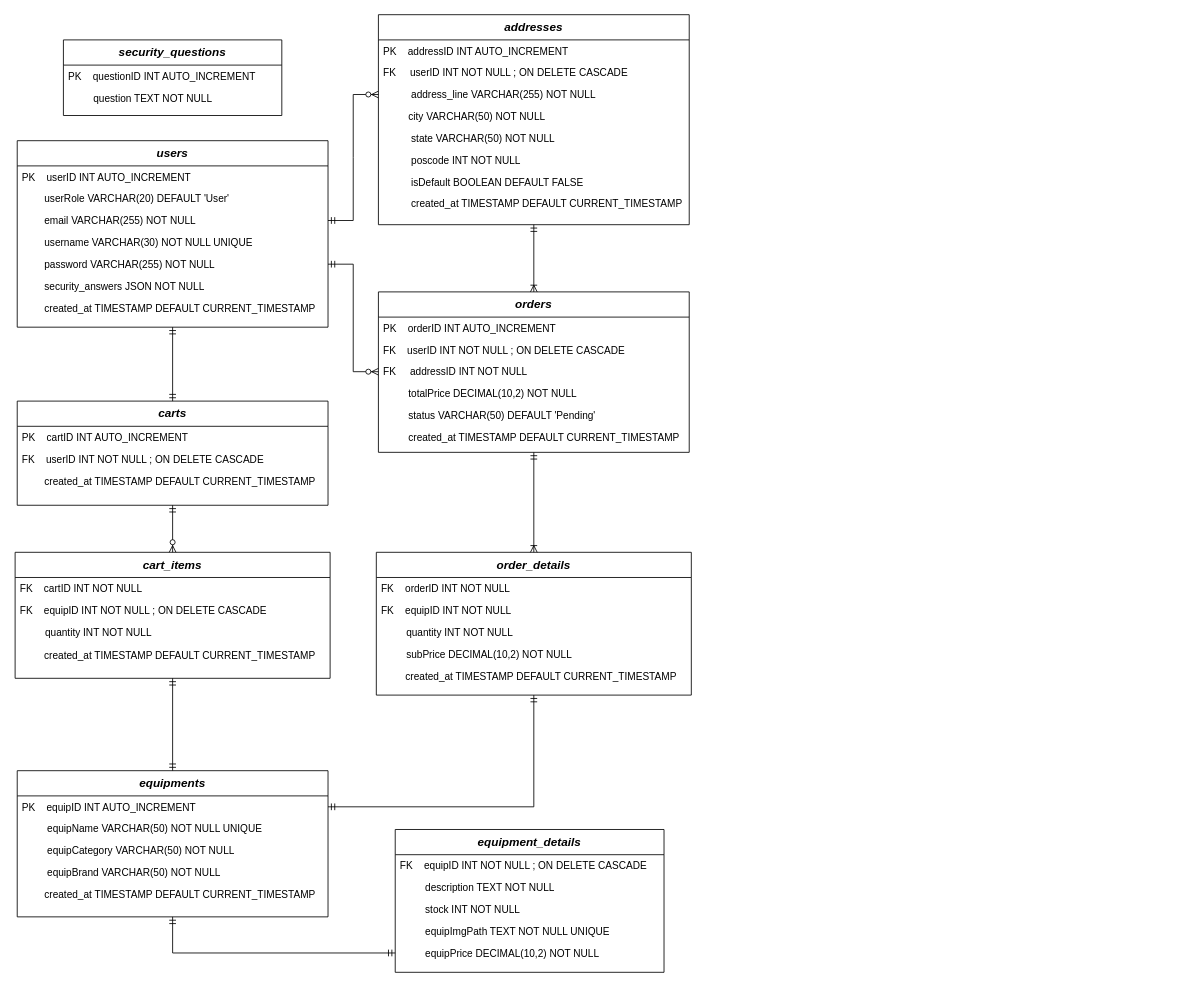
Aven2002/Sport-Indirect---AWAD keeps this draw.io diagram as Database Schema.drawio. Above is the earlier version. Source tidied: cells renumbered, new cells numbered last; positions are measured from the earlier drawing's top-left corner, leaving out a move shared by most shapes. Both pictures are drawn from the tidied source at 84%, with x=0, y=0 at pixel (15, 14).
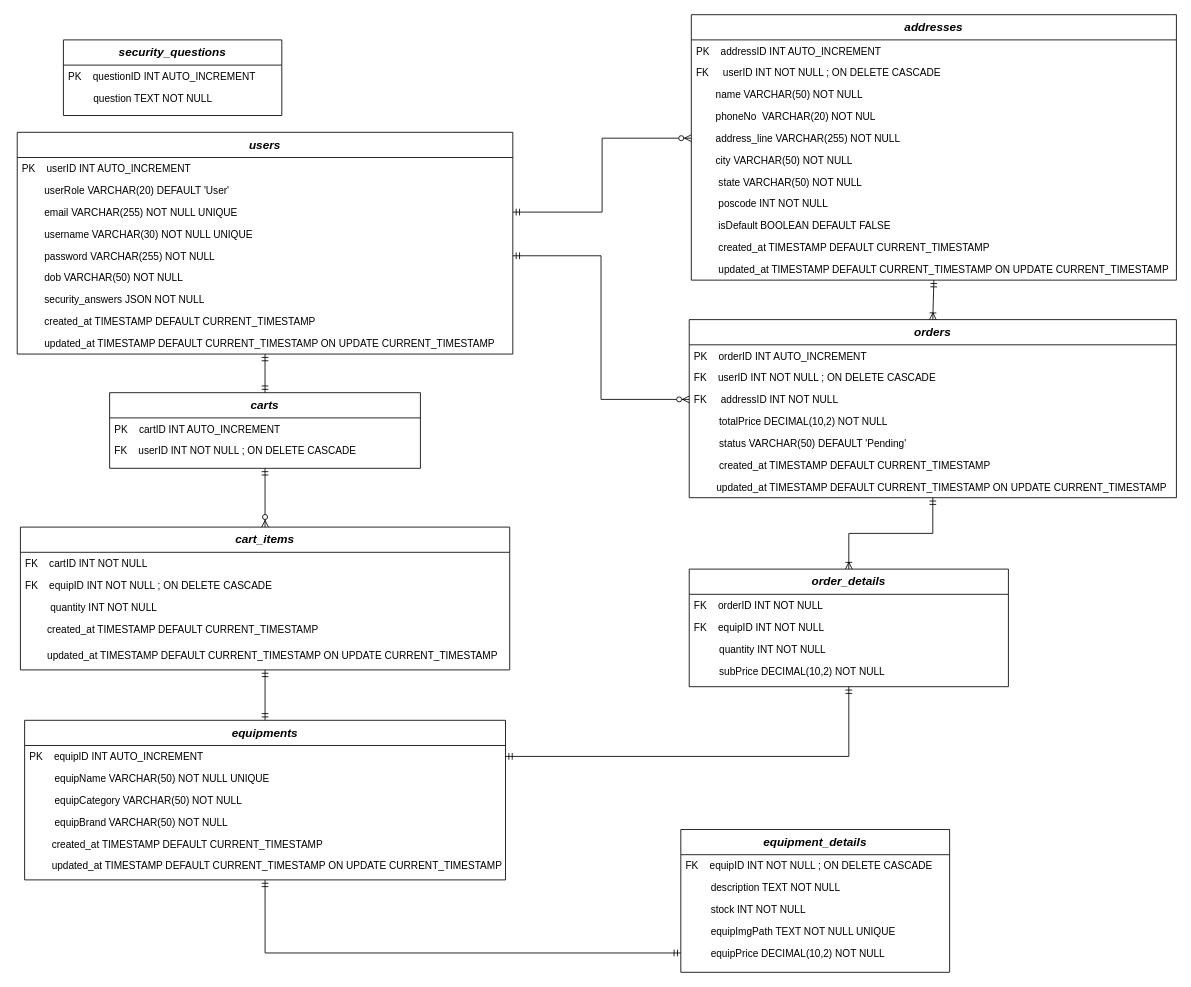
The same page after the edit.

Commit message (it also covers changes not shown here):
Update database design  schema

What changed in the source:
```diff
@@
     <mxCell id="2" value="users" style="swimlane;fontStyle=3;align=center;verticalAlign=top;horizontal=1;startSize=30;rounded=0;shadow=0;strokeWidth=1;fontSize=14;" parent="1" vertex="1">
-      <mxGeometry x="2" y="150" width="370" height="222" as="geometry" />
+      <mxGeometry x="2" y="140" width="590" height="264" as="geometry" />
     </mxCell>
     <mxCell id="3" value="PK    userID INT AUTO_INCREMENT                                    " style="text;align=left;verticalAlign=top;spacingLeft=4;spacingRight=4;overflow=hidden;fontStyle=0;" parent="2" vertex="1">
-      <mxGeometry y="30" width="370" height="26" as="geometry" />
+      <mxGeometry y="30" width="590" height="26" as="geometry" />
     </mxCell>
     <mxCell id="4" value="        userRole VARCHAR(20) DEFAULT 'User'" style="text;align=left;verticalAlign=top;spacingLeft=4;spacingRight=4;overflow=hidden;rounded=0;shadow=0;html=0;" parent="2" vertex="1">
-      <mxGeometry y="56" width="370" height="26" as="geometry" />
+      <mxGeometry y="56" width="590" height="26" as="geometry" />
     </mxCell>
-    <mxCell id="5" value="        email VARCHAR(255) NOT NULL" style="text;align=left;verticalAlign=top;spacingLeft=4;spacingRight=4;overflow=hidden;points=[[0,0.5],[1,0.5]];portConstraint=eastwest;rounded=0;shadow=0;html=0;" parent="2" vertex="1">
-      <mxGeometry y="82" width="370" height="26" as="geometry" />
+    <mxCell id="5" value="        email VARCHAR(255) NOT NULL UNIQUE" style="text;align=left;verticalAlign=top;spacingLeft=4;spacingRight=4;overflow=hidden;points=[[0,0.5],[1,0.5]];portConstraint=eastwest;rounded=0;shadow=0;html=0;" parent="2" vertex="1">
+      <mxGeometry y="82" width="590" height="26" as="geometry" />
     </mxCell>
     <mxCell id="6" value="        username VARCHAR(30) NOT NULL UNIQUE" style="text;align=left;verticalAlign=top;spacingLeft=4;spacingRight=4;overflow=hidden;rounded=0;shadow=0;html=0;" parent="2" vertex="1">
-      <mxGeometry y="108" width="370" height="26" as="geometry" />
+      <mxGeometry y="108" width="590" height="26" as="geometry" />
     </mxCell>
     <mxCell id="7" value="        password VARCHAR(255) NOT NULL" style="text;align=left;verticalAlign=top;spacingLeft=4;spacingRight=4;overflow=hidden;points=[[0,0.5],[1,0.5]];portConstraint=eastwest;rounded=0;shadow=0;html=0;" parent="2" vertex="1">
-      <mxGeometry y="134" width="370" height="26" as="geometry" />
+      <mxGeometry y="134" width="590" height="26" as="geometry" />
     </mxCell>
+    <mxCell id="65" value="        dob VARCHAR(50) NOT NULL" style="text;align=left;verticalAlign=top;spacingLeft=4;spacingRight=4;overflow=hidden;rounded=0;shadow=0;html=0;" parent="2" vertex="1">
+      <mxGeometry y="160" width="590" height="26" as="geometry" />
+    </mxCell>
     <mxCell id="8" value="        security_answers JSON NOT NULL" style="text;align=left;verticalAlign=top;spacingLeft=4;spacingRight=4;overflow=hidden;rounded=0;shadow=0;html=0;" parent="2" vertex="1">
-      <mxGeometry y="160" width="370" height="26" as="geometry" />
+      <mxGeometry y="186" width="590" height="26" as="geometry" />
     </mxCell>
     <mxCell id="9" value="        created_at TIMESTAMP DEFAULT CURRENT_TIMESTAMP" style="text;align=left;verticalAlign=top;spacingLeft=4;spacingRight=4;overflow=hidden;rounded=0;shadow=0;html=0;" parent="2" vertex="1">
-      <mxGeometry y="186" width="370" height="26" as="geometry" />
+      <mxGeometry y="212" width="590" height="26" as="geometry" />
     </mxCell>
+    <mxCell id="66" value="        updated_at TIMESTAMP DEFAULT CURRENT_TIMESTAMP ON UPDATE CURRENT_TIMESTAMP" style="text;align=left;verticalAlign=top;spacingLeft=4;spacingRight=4;overflow=hidden;rounded=0;shadow=0;html=0;" parent="2" vertex="1">
+      <mxGeometry y="238" width="590" height="26" as="geometry" />
+    </mxCell>
@@
     <mxCell id="13" value="addresses" style="swimlane;fontStyle=3;align=center;verticalAlign=top;horizontal=1;startSize=30;rounded=0;shadow=0;strokeWidth=1;fontSize=14;" parent="1" vertex="1">
-      <mxGeometry x="432" width="370" height="250" as="geometry" />
+      <mxGeometry x="804.5" width="577.5" height="316" as="geometry" />
     </mxCell>
     <mxCell id="14" value="PK    addressID INT AUTO_INCREMENT                                    " style="text;align=left;verticalAlign=top;spacingLeft=4;spacingRight=4;overflow=hidden;fontStyle=0;" parent="13" vertex="1">
-      <mxGeometry y="30" width="370" height="26" as="geometry" />
+      <mxGeometry y="30" width="577.5" height="26" as="geometry" />
     </mxCell>
     <mxCell id="15" value="FK     userID INT NOT NULL ; ON DELETE CASCADE" style="text;align=left;verticalAlign=top;spacingLeft=4;spacingRight=4;overflow=hidden;rounded=0;shadow=0;html=0;" parent="13" vertex="1">
-      <mxGeometry y="56" width="370" height="26" as="geometry" />
+      <mxGeometry y="56" width="577.5" height="26" as="geometry" />
     </mxCell>
+    <mxCell id="67" value="       name VARCHAR(50) NOT NULL" style="text;align=left;verticalAlign=top;spacingLeft=4;spacingRight=4;overflow=hidden;rounded=0;shadow=0;html=0;" parent="13" vertex="1">
+      <mxGeometry y="82" width="577.5" height="26" as="geometry" />
+    </mxCell>
+    <mxCell id="68" value="       phoneNo  VARCHAR(20) NOT NUL" style="text;align=left;verticalAlign=top;spacingLeft=4;spacingRight=4;overflow=hidden;rounded=0;shadow=0;html=0;" parent="13" vertex="1">
+      <mxGeometry y="108" width="577.5" height="26" as="geometry" />
+    </mxCell>
-    <mxCell id="16" value="          address_line VARCHAR(255) NOT NULL" style="text;align=left;verticalAlign=top;spacingLeft=4;spacingRight=4;overflow=hidden;points=[[0,0.5],[1,0.5]];portConstraint=eastwest;rounded=0;shadow=0;html=0;" parent="13" vertex="1">
-      <mxGeometry y="82" width="370" height="26" as="geometry" />
+    <mxCell id="16" value="       address_line VARCHAR(255) NOT NULL" style="text;align=left;verticalAlign=top;spacingLeft=4;spacingRight=4;overflow=hidden;points=[[0,0.5],[1,0.5]];portConstraint=eastwest;rounded=0;shadow=0;html=0;" parent="13" vertex="1">
+      <mxGeometry y="134" width="577.5" height="26" as="geometry" />
     </mxCell>
-    <mxCell id="17" value="         city VARCHAR(50) NOT NULL" style="text;align=left;verticalAlign=top;spacingLeft=4;spacingRight=4;overflow=hidden;rounded=0;shadow=0;html=0;" parent="13" vertex="1">
-      <mxGeometry y="108" width="370" height="26" as="geometry" />
+    <mxCell id="17" value="       city VARCHAR(50) NOT NULL" style="text;align=left;verticalAlign=top;spacingLeft=4;spacingRight=4;overflow=hidden;rounded=0;shadow=0;html=0;" parent="13" vertex="1">
+      <mxGeometry y="160" width="577.5" height="26" as="geometry" />
     </mxCell>
-    <mxCell id="18" value="          state VARCHAR(50) NOT NULL" style="text;align=left;verticalAlign=top;spacingLeft=4;spacingRight=4;overflow=hidden;rounded=0;shadow=0;html=0;" parent="13" vertex="1">
-      <mxGeometry y="134" width="370" height="26" as="geometry" />
+    <mxCell id="18" value="        state VARCHAR(50) NOT NULL" style="text;align=left;verticalAlign=top;spacingLeft=4;spacingRight=4;overflow=hidden;rounded=0;shadow=0;html=0;" parent="13" vertex="1">
+      <mxGeometry y="186" width="577.5" height="26" as="geometry" />
     </mxCell>
-    <mxCell id="19" value="          poscode INT NOT NULL" style="text;align=left;verticalAlign=top;spacingLeft=4;spacingRight=4;overflow=hidden;rounded=0;shadow=0;html=0;" parent="13" vertex="1">
-      <mxGeometry y="160" width="370" height="26" as="geometry" />
+    <mxCell id="19" value="        poscode INT NOT NULL" style="text;align=left;verticalAlign=top;spacingLeft=4;spacingRight=4;overflow=hidden;rounded=0;shadow=0;html=0;" parent="13" vertex="1">
+      <mxGeometry y="212" width="577.5" height="26" as="geometry" />
     </mxCell>
-    <mxCell id="20" value="          isDefault BOOLEAN DEFAULT FALSE" style="text;align=left;verticalAlign=top;spacingLeft=4;spacingRight=4;overflow=hidden;rounded=0;shadow=0;html=0;" parent="13" vertex="1">
-      <mxGeometry y="186" width="370" height="26" as="geometry" />
+    <mxCell id="20" value="        isDefault BOOLEAN DEFAULT FALSE" style="text;align=left;verticalAlign=top;spacingLeft=4;spacingRight=4;overflow=hidden;rounded=0;shadow=0;html=0;" parent="13" vertex="1">
+      <mxGeometry y="238" width="577.5" height="26" as="geometry" />
     </mxCell>
-    <mxCell id="21" value="          created_at TIMESTAMP DEFAULT CURRENT_TIMESTAMP" style="text;align=left;verticalAlign=top;spacingLeft=4;spacingRight=4;overflow=hidden;rounded=0;shadow=0;html=0;" parent="13" vertex="1">
-      <mxGeometry y="212" width="370" height="26" as="geometry" />
+    <mxCell id="21" value="        created_at TIMESTAMP DEFAULT CURRENT_TIMESTAMP" style="text;align=left;verticalAlign=top;spacingLeft=4;spacingRight=4;overflow=hidden;rounded=0;shadow=0;html=0;" parent="13" vertex="1">
+      <mxGeometry y="264" width="577.5" height="26" as="geometry" />
     </mxCell>
+    <mxCell id="69" value="        updated_at TIMESTAMP DEFAULT CURRENT_TIMESTAMP ON UPDATE CURRENT_TIMESTAMP" style="text;align=left;verticalAlign=top;spacingLeft=4;spacingRight=4;overflow=hidden;rounded=0;shadow=0;html=0;" parent="13" vertex="1">
+      <mxGeometry y="290" width="577.5" height="26" as="geometry" />
+    </mxCell>
     <mxCell id="22" value="equipments" style="swimlane;fontStyle=3;align=center;verticalAlign=top;horizontal=1;startSize=30;rounded=0;shadow=0;strokeWidth=1;fontSize=14;" parent="1" vertex="1">
-      <mxGeometry x="2" y="900" width="370" height="174" as="geometry" />
+      <mxGeometry x="10.8" y="840" width="572.5" height="190" as="geometry" />
     </mxCell>
     <mxCell id="23" value="PK    equipID INT AUTO_INCREMENT                                    " style="text;align=left;verticalAlign=top;spacingLeft=4;spacingRight=4;overflow=hidden;points=[[0,0.5],[1,0.5]];portConstraint=eastwest;fontStyle=0;" parent="22" vertex="1">
-      <mxGeometry y="30" width="370" height="26" as="geometry" />
+      <mxGeometry y="30" width="572.5" height="26" as="geometry" />
     </mxCell>
     <mxCell id="24" value="         equipName VARCHAR(50) NOT NULL UNIQUE" style="text;align=left;verticalAlign=top;spacingLeft=4;spacingRight=4;overflow=hidden;rounded=0;shadow=0;html=0;" parent="22" vertex="1">
-      <mxGeometry y="56" width="370" height="26" as="geometry" />
+      <mxGeometry y="56" width="572.5" height="26" as="geometry" />
     </mxCell>
     <mxCell id="25" value="         equipCategory VARCHAR(50) NOT NULL" style="text;align=left;verticalAlign=top;spacingLeft=4;spacingRight=4;overflow=hidden;rounded=0;shadow=0;html=0;" parent="22" vertex="1">
-      <mxGeometry y="82" width="370" height="26" as="geometry" />
+      <mxGeometry y="82" width="572.5" height="26" as="geometry" />
     </mxCell>
     <mxCell id="26" value="         equipBrand VARCHAR(50) NOT NULL" style="text;align=left;verticalAlign=top;spacingLeft=4;spacingRight=4;overflow=hidden;rounded=0;shadow=0;html=0;" parent="22" vertex="1">
-      <mxGeometry y="108" width="370" height="26" as="geometry" />
+      <mxGeometry y="108" width="572.5" height="26" as="geometry" />
     </mxCell>
     <mxCell id="27" value="        created_at TIMESTAMP DEFAULT CURRENT_TIMESTAMP" style="text;align=left;verticalAlign=top;spacingLeft=4;spacingRight=4;overflow=hidden;rounded=0;shadow=0;html=0;" parent="22" vertex="1">
-      <mxGeometry y="134" width="370" height="26" as="geometry" />
+      <mxGeometry y="134" width="572.5" height="26" as="geometry" />
     </mxCell>
+    <mxCell id="70" value="        updated_at TIMESTAMP DEFAULT CURRENT_TIMESTAMP ON UPDATE CURRENT_TIMESTAMP" style="text;align=left;verticalAlign=top;spacingLeft=4;spacingRight=4;overflow=hidden;rounded=0;shadow=0;html=0;" parent="22" vertex="1">
+      <mxGeometry y="160" width="572.5" height="26" as="geometry" />
+    </mxCell>
     <mxCell id="28" value="equipment_details" style="swimlane;fontStyle=3;align=center;verticalAlign=top;horizontal=1;startSize=30;rounded=0;shadow=0;strokeWidth=1;fontSize=14;" parent="1" vertex="1">
-      <mxGeometry x="452" y="970" width="320" height="170" as="geometry" />
+      <mxGeometry x="792" y="970" width="320" height="170" as="geometry" />
     </mxCell>
@@
     <mxCell id="34" value="carts" style="swimlane;fontStyle=3;align=center;verticalAlign=top;horizontal=1;startSize=30;rounded=0;shadow=0;strokeWidth=1;fontSize=14;" parent="1" vertex="1">
-      <mxGeometry x="2" y="460" width="370" height="124" as="geometry" />
+      <mxGeometry x="112" y="450" width="370" height="90" as="geometry" />
     </mxCell>
@@
-    <mxCell id="37" value="        created_at TIMESTAMP DEFAULT CURRENT_TIMESTAMP" style="text;align=left;verticalAlign=top;spacingLeft=4;spacingRight=4;overflow=hidden;rounded=0;shadow=0;html=0;" parent="34" vertex="1">
-      <mxGeometry y="82" width="370" height="26" as="geometry" />
-    </mxCell>
     <mxCell id="38" value="cart_items" style="swimlane;fontStyle=3;align=center;verticalAlign=top;horizontal=1;startSize=30;rounded=0;shadow=0;strokeWidth=1;fontSize=14;" parent="1" vertex="1">
-      <mxGeometry x="-0.5" y="640" width="375" height="150" as="geometry" />
+      <mxGeometry x="5.8" y="610" width="582.5" height="170" as="geometry" />
     </mxCell>
     <mxCell id="39" value="FK    cartID INT NOT NULL                                    " style="text;align=left;verticalAlign=top;spacingLeft=4;spacingRight=4;overflow=hidden;fontStyle=0;" parent="38" vertex="1">
-      <mxGeometry y="30" width="375" height="26" as="geometry" />
+      <mxGeometry y="30" width="582.5" height="26" as="geometry" />
     </mxCell>
     <mxCell id="40" value="FK    equipID INT NOT NULL ; ON DELETE CASCADE" style="text;align=left;verticalAlign=top;spacingLeft=4;spacingRight=4;overflow=hidden;rounded=0;shadow=0;html=0;" parent="38" vertex="1">
-      <mxGeometry y="56" width="375" height="26" as="geometry" />
+      <mxGeometry y="56" width="582.5" height="26" as="geometry" />
     </mxCell>
     <mxCell id="41" value="         quantity INT NOT NULL" style="text;align=left;verticalAlign=top;spacingLeft=4;spacingRight=4;overflow=hidden;rounded=0;shadow=0;html=0;" parent="38" vertex="1">
-      <mxGeometry y="82" width="375" height="26" as="geometry" />
+      <mxGeometry y="82" width="582.5" height="26" as="geometry" />
     </mxCell>
-    <mxCell id="42" value="&lt;span style=&quot;text-align: left;&quot;&gt;&amp;nbsp; &amp;nbsp; &amp;nbsp;created_at TIMESTAMP DEFAULT CURRENT_TIMESTAMP&lt;/span&gt;" style="text;html=1;align=center;verticalAlign=middle;strokeColor=none;fillColor=none;" parent="38" vertex="1">
-      <mxGeometry y="108" width="375" height="30" as="geometry" />
+    <mxCell id="42" value="&lt;span style=&quot;&quot;&gt;&amp;nbsp; &amp;nbsp; &amp;nbsp; &amp;nbsp; &amp;nbsp;created_at TIMESTAMP DEFAULT CURRENT_TIMESTAMP&lt;/span&gt;" style="text;html=1;align=left;verticalAlign=middle;strokeColor=none;fillColor=none;" parent="38" vertex="1">
+      <mxGeometry y="108" width="582.5" height="30" as="geometry" />
     </mxCell>
+    <mxCell id="71" value="&lt;span style=&quot;white-space: pre;&quot;&gt;&#9;&lt;/span&gt;&amp;nbsp;updated_at &lt;span class=&quot;hljs-type&quot;&gt;TIMESTAMP&lt;/span&gt; &lt;span class=&quot;hljs-keyword&quot;&gt;DEFAULT&lt;/span&gt; &lt;span class=&quot;hljs-built_in&quot;&gt;CURRENT_TIMESTAMP&lt;/span&gt; &lt;span class=&quot;hljs-keyword&quot;&gt;ON&lt;/span&gt; &lt;span class=&quot;hljs-keyword&quot;&gt;UPDATE&lt;/span&gt; &lt;span class=&quot;hljs-built_in&quot;&gt;CURRENT_TIMESTAMP&lt;/span&gt;" style="text;html=1;align=left;verticalAlign=middle;strokeColor=none;fillColor=none;" parent="38" vertex="1">
+      <mxGeometry y="138" width="582.5" height="30" as="geometry" />
+    </mxCell>
     <mxCell id="43" value="orders" style="swimlane;fontStyle=3;align=center;verticalAlign=top;horizontal=1;startSize=30;rounded=0;shadow=0;strokeWidth=1;fontSize=14;" parent="1" vertex="1">
-      <mxGeometry x="432" y="330" width="370" height="191" as="geometry" />
+      <mxGeometry x="802" y="363" width="580" height="212" as="geometry" />
     </mxCell>
     <mxCell id="44" value="PK    orderID INT AUTO_INCREMENT                                    " style="text;align=left;verticalAlign=top;spacingLeft=4;spacingRight=4;overflow=hidden;fontStyle=0;" parent="43" vertex="1">
-      <mxGeometry y="30" width="370" height="26" as="geometry" />
+      <mxGeometry y="30" width="580" height="26" as="geometry" />
     </mxCell>
     <mxCell id="45" value="FK    userID INT NOT NULL ; ON DELETE CASCADE" style="text;align=left;verticalAlign=top;spacingLeft=4;spacingRight=4;overflow=hidden;rounded=0;shadow=0;html=0;" parent="43" vertex="1">
-      <mxGeometry y="56" width="370" height="26" as="geometry" />
+      <mxGeometry y="56" width="580" height="26" as="geometry" />
     </mxCell>
     <mxCell id="46" value="FK     addressID INT NOT NULL" style="text;align=left;verticalAlign=top;spacingLeft=4;spacingRight=4;overflow=hidden;points=[[0,0.5],[1,0.5]];portConstraint=eastwest;rounded=0;shadow=0;html=0;" parent="43" vertex="1">
-      <mxGeometry y="82" width="370" height="26" as="geometry" />
+      <mxGeometry y="82" width="580" height="26" as="geometry" />
     </mxCell>
     <mxCell id="47" value="         totalPrice DECIMAL(10,2) NOT NULL" style="text;align=left;verticalAlign=top;spacingLeft=4;spacingRight=4;overflow=hidden;rounded=0;shadow=0;html=0;" parent="43" vertex="1">
-      <mxGeometry y="108" width="370" height="26" as="geometry" />
+      <mxGeometry y="108" width="580" height="26" as="geometry" />
     </mxCell>
     <mxCell id="48" value="         status VARCHAR(50) DEFAULT 'Pending'" style="text;align=left;verticalAlign=top;spacingLeft=4;spacingRight=4;overflow=hidden;rounded=0;shadow=0;html=0;" parent="43" vertex="1">
-      <mxGeometry y="134" width="370" height="26" as="geometry" />
+      <mxGeometry y="134" width="580" height="26" as="geometry" />
     </mxCell>
     <mxCell id="49" value="         created_at TIMESTAMP DEFAULT CURRENT_TIMESTAMP" style="text;align=left;verticalAlign=top;spacingLeft=4;spacingRight=4;overflow=hidden;rounded=0;shadow=0;html=0;" parent="43" vertex="1">
-      <mxGeometry y="160" width="370" height="26" as="geometry" />
+      <mxGeometry y="160" width="580" height="26" as="geometry" />
     </mxCell>
+    <mxCell id="72" value="        updated_at TIMESTAMP DEFAULT CURRENT_TIMESTAMP ON UPDATE CURRENT_TIMESTAMP" style="text;align=left;verticalAlign=top;spacingLeft=4;spacingRight=4;overflow=hidden;rounded=0;shadow=0;html=0;" parent="43" vertex="1">
+      <mxGeometry y="186" width="580" height="26" as="geometry" />
+    </mxCell>
     <mxCell id="50" value="order_details" style="swimlane;fontStyle=3;align=center;verticalAlign=top;horizontal=1;startSize=30;rounded=0;shadow=0;strokeWidth=1;fontSize=14;" parent="1" vertex="1">
-      <mxGeometry x="429.5" y="640" width="375" height="170" as="geometry" />
+      <mxGeometry x="802" y="660" width="380" height="140" as="geometry" />
     </mxCell>
     <mxCell id="51" value="FK    orderID INT NOT NULL                                    " style="text;align=left;verticalAlign=top;spacingLeft=4;spacingRight=4;overflow=hidden;fontStyle=0;" parent="50" vertex="1">
-      <mxGeometry y="30" width="375" height="26" as="geometry" />
+      <mxGeometry y="30" width="380" height="26" as="geometry" />
     </mxCell>
     <mxCell id="52" value="FK    equipID INT NOT NULL" style="text;align=left;verticalAlign=top;spacingLeft=4;spacingRight=4;overflow=hidden;rounded=0;shadow=0;html=0;" parent="50" vertex="1">
-      <mxGeometry y="56" width="375" height="26" as="geometry" />
+      <mxGeometry y="56" width="380" height="26" as="geometry" />
     </mxCell>
     <mxCell id="53" value="         quantity INT NOT NULL" style="text;align=left;verticalAlign=top;spacingLeft=4;spacingRight=4;overflow=hidden;rounded=0;shadow=0;html=0;" parent="50" vertex="1">
-      <mxGeometry y="82" width="375" height="26" as="geometry" />
+      <mxGeometry y="82" width="380" height="26" as="geometry" />
     </mxCell>
     <mxCell id="54" value="         subPrice DECIMAL(10,2) NOT NULL" style="text;align=left;verticalAlign=top;spacingLeft=4;spacingRight=4;overflow=hidden;rounded=0;shadow=0;html=0;" parent="50" vertex="1">
-      <mxGeometry y="108" width="375" height="26" as="geometry" />
+      <mxGeometry y="108" width="380" height="26" as="geometry" />
     </mxCell>
-    <mxCell id="55" value="&lt;span style=&quot;text-align: left;&quot;&gt;&amp;nbsp; &amp;nbsp; &amp;nbsp;created_at TIMESTAMP DEFAULT CURRENT_TIMESTAMP&lt;/span&gt;" style="text;html=1;align=center;verticalAlign=middle;strokeColor=none;fillColor=none;" parent="50" vertex="1">
-      <mxGeometry y="134" width="375" height="30" as="geometry" />
-    </mxCell>
-    <mxCell id="56" style="edgeStyle=entityRelationEdgeStyle;fontSize=12;html=1;endArrow=ERzeroToMany;startArrow=ERmandOne;rounded=0;exitX=1;exitY=0.5;exitDx=0;exitDy=0;entryX=0;entryY=0.5;entryDx=0;entryDy=0;" parent="1" edge="1" source="5" target="16">
+    <mxCell id="56" style="edgeStyle=orthogonalEdgeStyle;fontSize=12;html=1;endArrow=ERzeroToMany;startArrow=ERmandOne;rounded=0;exitX=1;exitY=0.5;exitDx=0;exitDy=0;entryX=0;entryY=0.5;entryDx=0;entryDy=0;" parent="1" edge="1" source="5" target="16">
       <mxGeometry relative="1" as="geometry" />
     </mxCell>
@@
-    <mxCell id="61" style="fontSize=12;html=1;endArrow=ERoneToMany;startArrow=ERmandOne;rounded=0;entryX=0.5;entryY=0;entryDx=0;entryDy=0;exitX=0.5;exitY=1;exitDx=0;exitDy=0;" parent="1" edge="1" source="43" target="50">
+    <mxCell id="61" style="fontSize=12;html=1;endArrow=ERoneToMany;startArrow=ERmandOne;rounded=0;entryX=0.5;entryY=0;entryDx=0;entryDy=0;exitX=0.5;exitY=1;exitDx=0;exitDy=0;edgeStyle=orthogonalEdgeStyle;" parent="1" edge="1" source="43" target="50">
       <mxGeometry relative="1" as="geometry" />
     </mxCell>
```
